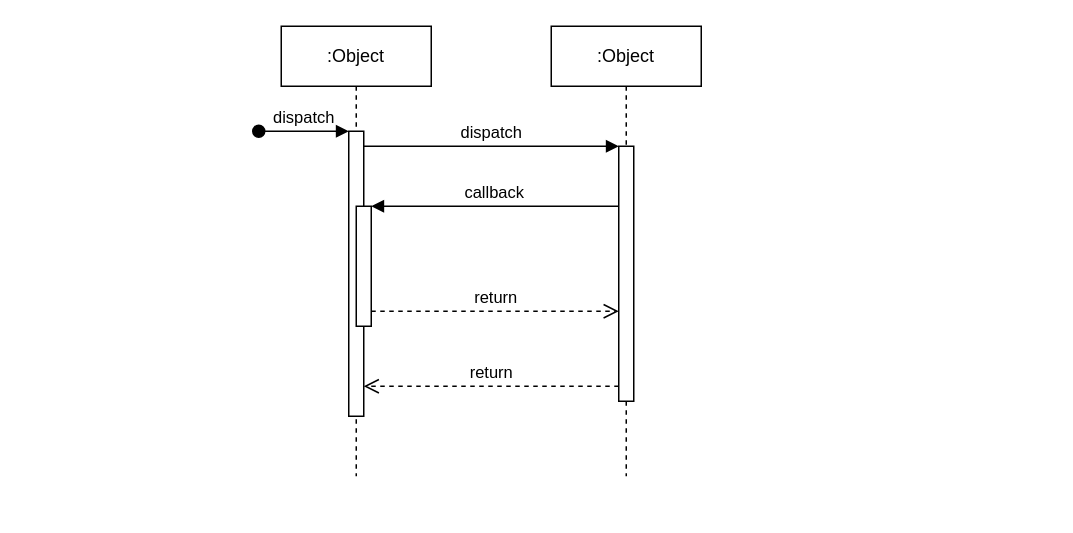
This is Untitled Diagram.drawio from emmanuelsoh/hazard, a draw.io file, before an edit. Source tidied: cells renumbered, new cells numbered last; positions are measured from the earlier drawing's top-left corner, leaving out a move shared by most shapes. Both pictures are drawn from the tidied source at 150%, with x=0, y=0 at pixel (258, 26).
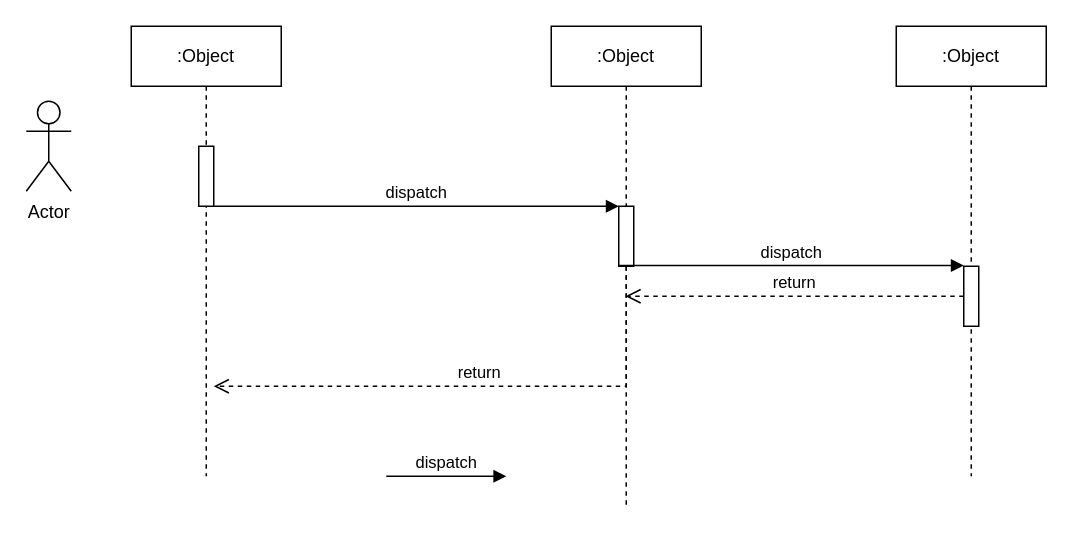
The same page after the edit.

The edit, as a diff of the source:
```diff
@@
 <mxGraphModel>
   <root>
     <mxCell id="0" />
     <mxCell id="1" parent="0" />
-    <mxCell id="2" value=":Object" style="shape=umlLifeline;perimeter=lifelinePerimeter;whiteSpace=wrap;html=1;newEdgeStyle={&quot;edgeStyle&quot;:&quot;elbowEdgeStyle&quot;,&quot;elbow&quot;:&quot;vertical&quot;,&quot;curved&quot;:0,&quot;rounded&quot;:0};" parent="1" vertex="1">
-      <mxGeometry x="15" width="100" height="300" as="geometry" />
-    </mxCell>
-    <mxCell id="3" style="html=1;points=[];perimeter=orthogonalPerimeter;outlineConnect=0;targetShapes=umlLifeline;portConstraint=eastwest;newEdgeStyle={&quot;edgeStyle&quot;:&quot;elbowEdgeStyle&quot;,&quot;elbow&quot;:&quot;vertical&quot;,&quot;curved&quot;:0,&quot;rounded&quot;:0};" parent="2" vertex="1">
-      <mxGeometry x="45" y="70" width="10" height="190" as="geometry" />
-    </mxCell>
-    <mxCell id="4" value="dispatch" style="html=1;verticalAlign=bottom;startArrow=oval;endArrow=block;startSize=8;edgeStyle=elbowEdgeStyle;elbow=vertical;curved=0;rounded=0;" parent="2" edge="1" target="3">
-      <mxGeometry relative="1" as="geometry">
-        <mxPoint x="-15" y="70" as="sourcePoint" />
-      </mxGeometry>
-    </mxCell>
-    <mxCell id="5" style="html=1;points=[];perimeter=orthogonalPerimeter;outlineConnect=0;targetShapes=umlLifeline;portConstraint=eastwest;newEdgeStyle={&quot;edgeStyle&quot;:&quot;elbowEdgeStyle&quot;,&quot;elbow&quot;:&quot;vertical&quot;,&quot;curved&quot;:0,&quot;rounded&quot;:0};" parent="2" vertex="1">
-      <mxGeometry x="50" y="120" width="10" height="80" as="geometry" />
-    </mxCell>
     <mxCell id="6" value=":Object" style="shape=umlLifeline;perimeter=lifelinePerimeter;whiteSpace=wrap;html=1;outlineConnect=0;portConstraint=eastwest;newEdgeStyle={&quot;edgeStyle&quot;:&quot;elbowEdgeStyle&quot;,&quot;elbow&quot;:&quot;vertical&quot;,&quot;curved&quot;:0,&quot;rounded&quot;:0};" parent="1" vertex="1">
-      <mxGeometry x="195" width="100" height="300" as="geometry" />
+      <mxGeometry x="195" width="100" height="320" as="geometry" />
     </mxCell>
     <mxCell id="7" style="html=1;points=[];perimeter=orthogonalPerimeter;outlineConnect=0;targetShapes=umlLifeline;portConstraint=eastwest;newEdgeStyle={&quot;edgeStyle&quot;:&quot;elbowEdgeStyle&quot;,&quot;elbow&quot;:&quot;vertical&quot;,&quot;curved&quot;:0,&quot;rounded&quot;:0};" parent="6" vertex="1">
-      <mxGeometry x="45" y="80" width="10" height="170" as="geometry" />
+      <mxGeometry x="45" y="120" width="10" height="40" as="geometry" />
     </mxCell>
-    <mxCell id="8" value="dispatch" style="html=1;verticalAlign=bottom;endArrow=block;edgeStyle=elbowEdgeStyle;elbow=vertical;curved=0;rounded=0;" parent="1" edge="1" source="3" target="7">
+    <mxCell id="8" value="dispatch" style="html=1;verticalAlign=bottom;endArrow=block;edgeStyle=elbowEdgeStyle;elbow=vertical;curved=0;rounded=0;" parent="1" edge="1">
       <mxGeometry relative="1" as="geometry">
+        <mxPoint x="-30" y="120" as="sourcePoint" />
+        <mxPoint x="240" y="120" as="targetPoint" />
         <Array as="points">
-          <mxPoint x="155" y="80" />
+          <mxPoint x="-5" y="120" />
         </Array>
       </mxGeometry>
     </mxCell>
-    <mxCell id="9" value="return" style="html=1;verticalAlign=bottom;endArrow=open;dashed=1;endSize=8;edgeStyle=elbowEdgeStyle;elbow=vertical;curved=0;rounded=0;" parent="1" edge="1" source="7" target="3">
+    <mxCell id="9" value="return" style="html=1;verticalAlign=bottom;endArrow=open;dashed=1;endSize=8;edgeStyle=elbowEdgeStyle;elbow=vertical;curved=0;rounded=0;" parent="1" edge="1" source="7">
       <mxGeometry relative="1" as="geometry">
+        <mxPoint x="-30" y="240" as="targetPoint" />
         <Array as="points">
-          <mxPoint x="165" y="240" />
+          <mxPoint x="5" y="240" />
         </Array>
       </mxGeometry>
     </mxCell>
-    <mxCell id="10" value="callback" style="html=1;verticalAlign=bottom;endArrow=block;edgeStyle=elbowEdgeStyle;elbow=vertical;curved=0;rounded=0;" parent="1" edge="1" source="7" target="5">
-      <mxGeometry relative="1" as="geometry">
-        <Array as="points">
-          <mxPoint x="165" y="120" />
-        </Array>
-      </mxGeometry>
-    </mxCell>
+    <mxCell id="12" value="Actor" style="shape=umlActor;verticalLabelPosition=bottom;verticalAlign=top;html=1;" parent="1" vertex="1">
+      <mxGeometry x="-155" y="50" width="30" height="60" as="geometry" />
+    </mxCell>
+    <mxCell id="13" value=":Object" style="shape=umlLifeline;perimeter=lifelinePerimeter;whiteSpace=wrap;html=1;newEdgeStyle={&quot;edgeStyle&quot;:&quot;elbowEdgeStyle&quot;,&quot;elbow&quot;:&quot;vertical&quot;,&quot;curved&quot;:0,&quot;rounded&quot;:0};" parent="1" vertex="1">
+      <mxGeometry x="425" width="100" height="300" as="geometry" />
+    </mxCell>
+    <mxCell id="14" style="html=1;points=[];perimeter=orthogonalPerimeter;outlineConnect=0;targetShapes=umlLifeline;portConstraint=eastwest;newEdgeStyle={&quot;edgeStyle&quot;:&quot;elbowEdgeStyle&quot;,&quot;elbow&quot;:&quot;vertical&quot;,&quot;curved&quot;:0,&quot;rounded&quot;:0};" parent="13" vertex="1">
+      <mxGeometry x="45" y="160" width="10" height="40" as="geometry" />
+    </mxCell>
+    <mxCell id="15" value=":Object" style="shape=umlLifeline;perimeter=lifelinePerimeter;whiteSpace=wrap;html=1;newEdgeStyle={&quot;edgeStyle&quot;:&quot;elbowEdgeStyle&quot;,&quot;elbow&quot;:&quot;vertical&quot;,&quot;curved&quot;:0,&quot;rounded&quot;:0};" parent="1" vertex="1">
+      <mxGeometry x="-85" width="100" height="300" as="geometry" />
+    </mxCell>
+    <mxCell id="16" style="html=1;perimeter=orthogonalPerimeter;targetShapes=umlLifeline;newEdgeStyle={&quot;edgeStyle&quot;:&quot;elbowEdgeStyle&quot;,&quot;elbow&quot;:&quot;vertical&quot;,&quot;curved&quot;:0,&quot;rounded&quot;:0};" parent="15" vertex="1">
+      <mxGeometry x="45" y="80" width="10" height="40" as="geometry" />
+    </mxCell>
+    <mxCell id="17" value="dispatch" style="html=1;verticalAlign=bottom;endArrow=block;curved=0;rounded=0;" parent="1" edge="1">
+      <mxGeometry relative="1" as="geometry">
+        <mxPoint x="85" y="300" as="sourcePoint" />
+        <mxPoint x="165" y="300" as="targetPoint" />
+      </mxGeometry>
+    </mxCell>
-    <mxCell id="11" value="return" style="html=1;verticalAlign=bottom;endArrow=open;dashed=1;endSize=8;edgeStyle=elbowEdgeStyle;elbow=vertical;curved=0;rounded=0;" parent="1" edge="1" source="5" target="7">
-      <mxGeometry relative="1" as="geometry">
-        <Array as="points">
-          <mxPoint x="155" y="190" />
-        </Array>
-      </mxGeometry>
+    <mxCell id="11" value="return" style="html=1;verticalAlign=bottom;endArrow=open;dashed=1;endSize=8;curved=0;rounded=0;" parent="1" edge="1" source="14" target="6">
+      <mxGeometry relative="1" as="geometry" />
     </mxCell>
+    <mxCell id="18" value="dispatch" style="html=1;verticalAlign=bottom;endArrow=block;curved=0;rounded=0;" parent="1" edge="1">
+      <mxGeometry relative="1" as="geometry">
+        <mxPoint x="240" y="159.5" as="sourcePoint" />
+        <mxPoint x="470" y="159.5" as="targetPoint" />
+      </mxGeometry>
+    </mxCell>
   </root>
 </mxGraphModel>
```
